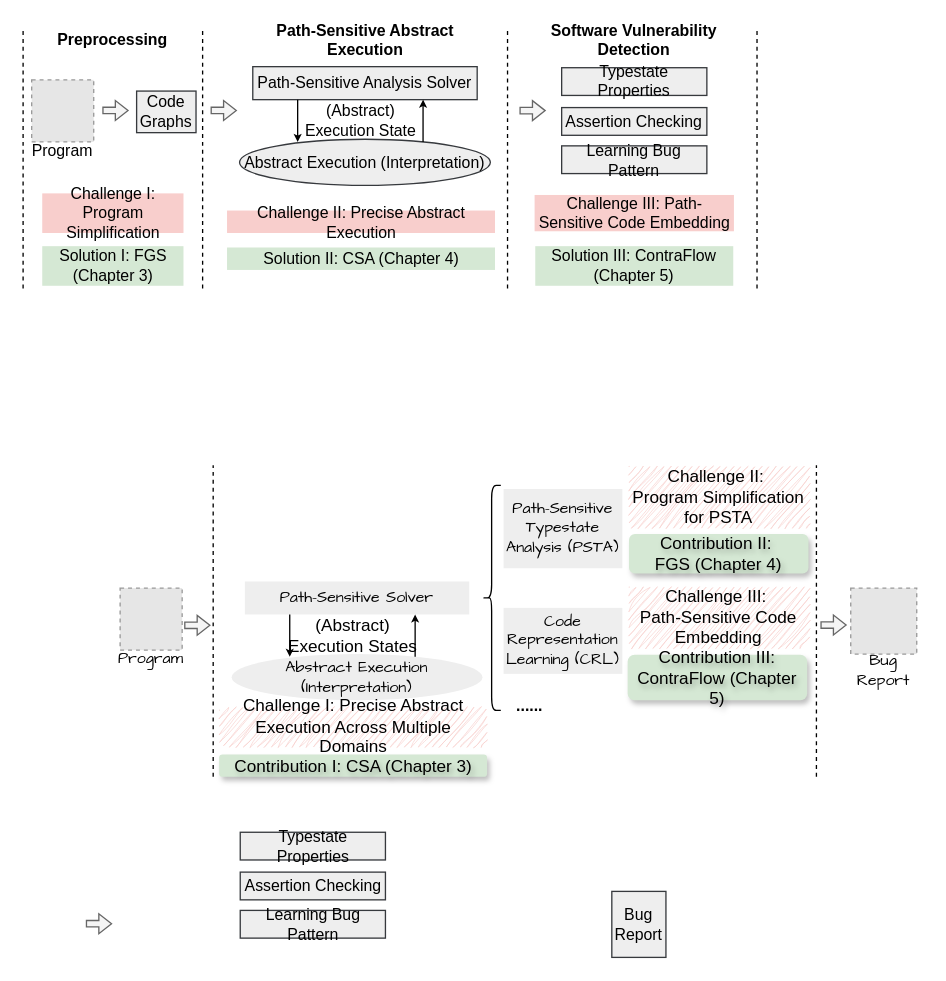
Before: page "Page-3" (3 of 3) of thesis.drawio in jumormt/test, a draw.io diagram. Source tidied: cells renumbered, new cells numbered last; positions are measured from the earlier drawing's top-left corner, leaving out a move shared by most shapes. Both pictures are drawn from the tidied source at 132%, with x=0, y=0 at pixel (22, 26). Pictures stored in the file or linked from it are replaced by grey dashed boxes.
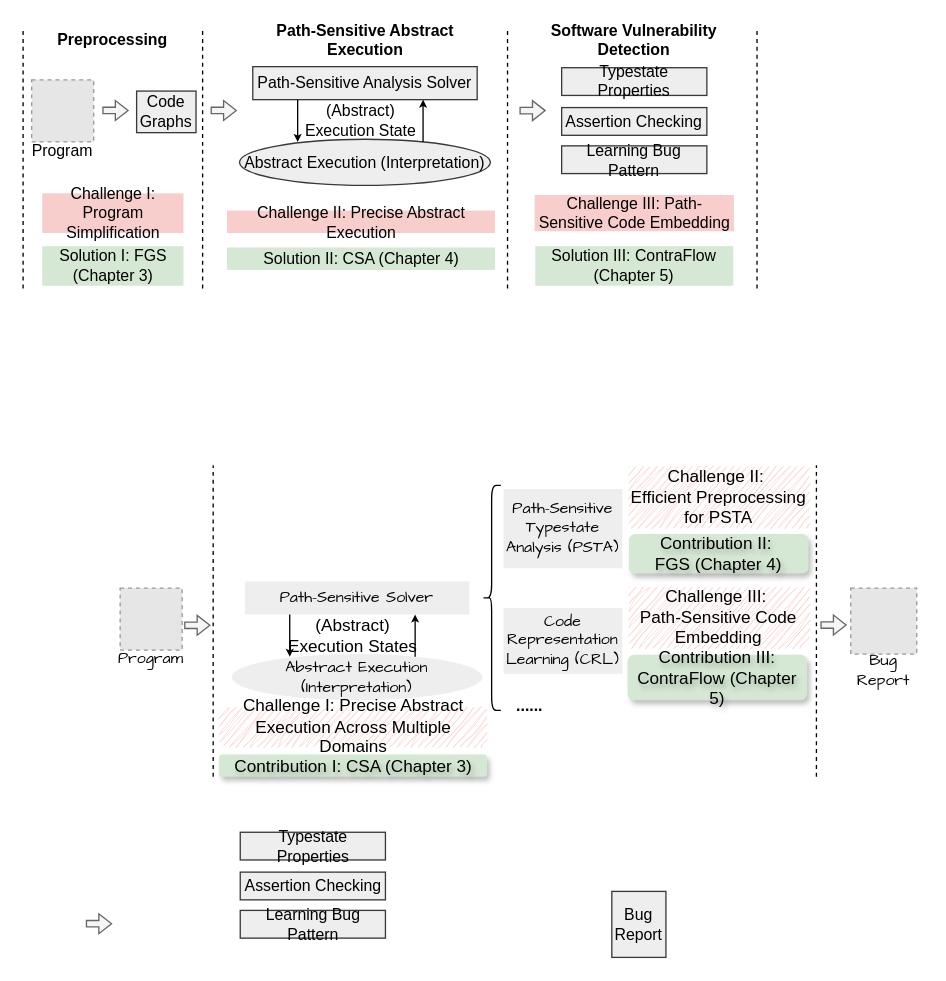
Above is the later version.

What changed in the source:
```diff
@@
-    <mxCell id="32" value="&lt;font style=&quot;font-size: 13px;&quot;&gt;Challenge II:&amp;nbsp;&lt;/font&gt;&lt;div style=&quot;font-size: 13px;&quot;&gt;&lt;font style=&quot;font-size: 13px;&quot;&gt;Program Simplification for PSTA&lt;/font&gt;&lt;/div&gt;" style="text;html=1;align=center;verticalAlign=middle;whiteSpace=wrap;rounded=0;fontFamily=Linux Libertine;fillColor=#f8cecc;strokeColor=none;shadow=0;textShadow=0;sketch=1;curveFitting=1;jiggle=2;fontSize=13;" parent="1" vertex="1">
+    <mxCell id="32" value="&lt;font style=&quot;font-size: 13px;&quot;&gt;Challenge II:&amp;nbsp;&lt;/font&gt;&lt;div style=&quot;font-size: 13px;&quot;&gt;&lt;font style=&quot;font-size: 13px;&quot;&gt;Efficient Preprocessing for PSTA&lt;/font&gt;&lt;/div&gt;" style="text;html=1;align=center;verticalAlign=middle;whiteSpace=wrap;rounded=0;fontFamily=Linux Libertine;fillColor=#f8cecc;strokeColor=none;shadow=0;textShadow=0;sketch=1;curveFitting=1;jiggle=2;fontSize=13;" parent="1" vertex="1">
       <mxGeometry x="459" y="333" width="136" height="45" as="geometry" />
     </mxCell>
```
